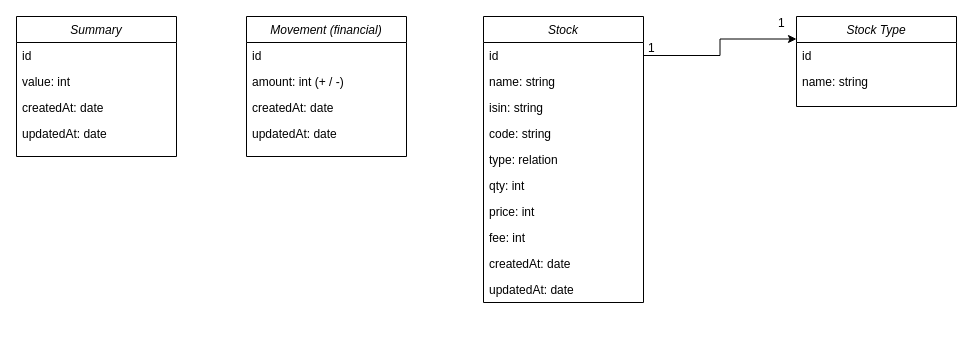
This is StockReport.drawio from thomas-claireau/stockreport, a draw.io file, before an edit. Source tidied: cells renumbered, new cells numbered last; positions are measured from the earlier drawing's top-left corner, leaving out a move shared by most shapes. Both pictures are drawn from the tidied source at 100%, with x=0, y=0 at pixel (16, 16).
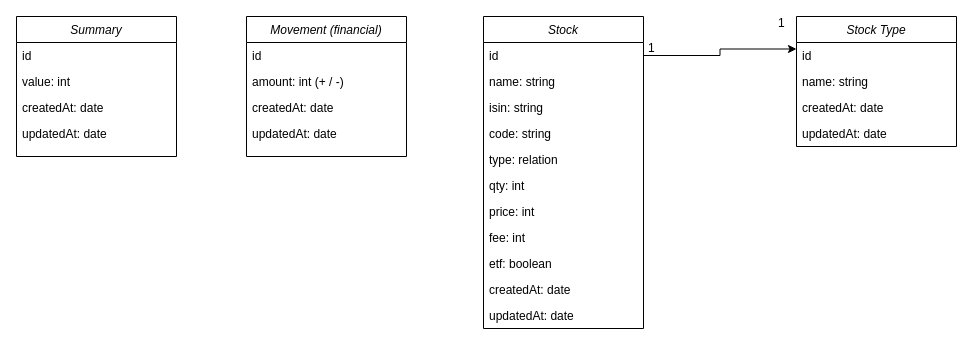
The same diagram, later.

Change to the diagram source:
```diff
@@
     <mxCell id="12" value="Stock" style="swimlane;fontStyle=2;align=center;verticalAlign=top;horizontal=1;startSize=26;rounded=0;shadow=0;strokeWidth=1;" parent="1" vertex="1">
-      <mxGeometry x="467" width="160" height="286" as="geometry" />
+      <mxGeometry x="467" width="160" height="312" as="geometry" />
     </mxCell>
@@
-    <mxCell id="21" value="createdAt: date" style="text;align=left;verticalAlign=top;spacingLeft=4;spacingRight=4;overflow=hidden;rounded=0;shadow=0;html=0;" parent="12" vertex="1">
+    <mxCell id="21" value="etf: boolean" style="text;align=left;verticalAlign=top;spacingLeft=4;spacingRight=4;overflow=hidden;rounded=0;shadow=0;html=0;" parent="12" vertex="1">
       <mxGeometry y="234" width="160" height="26" as="geometry" />
     </mxCell>
-    <mxCell id="22" value="updatedAt: date" style="text;align=left;verticalAlign=top;spacingLeft=4;spacingRight=4;overflow=hidden;rounded=0;shadow=0;html=0;" parent="12" vertex="1">
+    <mxCell id="22" value="createdAt: date" style="text;align=left;verticalAlign=top;spacingLeft=4;spacingRight=4;overflow=hidden;rounded=0;shadow=0;html=0;" parent="12" vertex="1">
       <mxGeometry y="260" width="160" height="26" as="geometry" />
     </mxCell>
+    <mxCell id="29" value="updatedAt: date" style="text;align=left;verticalAlign=top;spacingLeft=4;spacingRight=4;overflow=hidden;rounded=0;shadow=0;html=0;" parent="12" vertex="1">
+      <mxGeometry y="286" width="160" height="26" as="geometry" />
+    </mxCell>
     <mxCell id="23" value="Stock Type" style="swimlane;fontStyle=2;align=center;verticalAlign=top;horizontal=1;startSize=26;rounded=0;shadow=0;strokeWidth=1;" parent="1" vertex="1">
-      <mxGeometry x="780" width="160" height="90" as="geometry" />
+      <mxGeometry x="780" width="160" height="130" as="geometry" />
     </mxCell>
@@
+    <mxCell id="30" value="createdAt: date" style="text;align=left;verticalAlign=top;spacingLeft=4;spacingRight=4;overflow=hidden;rounded=0;shadow=0;html=0;" parent="23" vertex="1">
+      <mxGeometry y="78" width="160" height="26" as="geometry" />
+    </mxCell>
+    <mxCell id="31" value="updatedAt: date" style="text;align=left;verticalAlign=top;spacingLeft=4;spacingRight=4;overflow=hidden;rounded=0;shadow=0;html=0;" parent="23" vertex="1">
+      <mxGeometry y="104" width="160" height="26" as="geometry" />
+    </mxCell>
```
